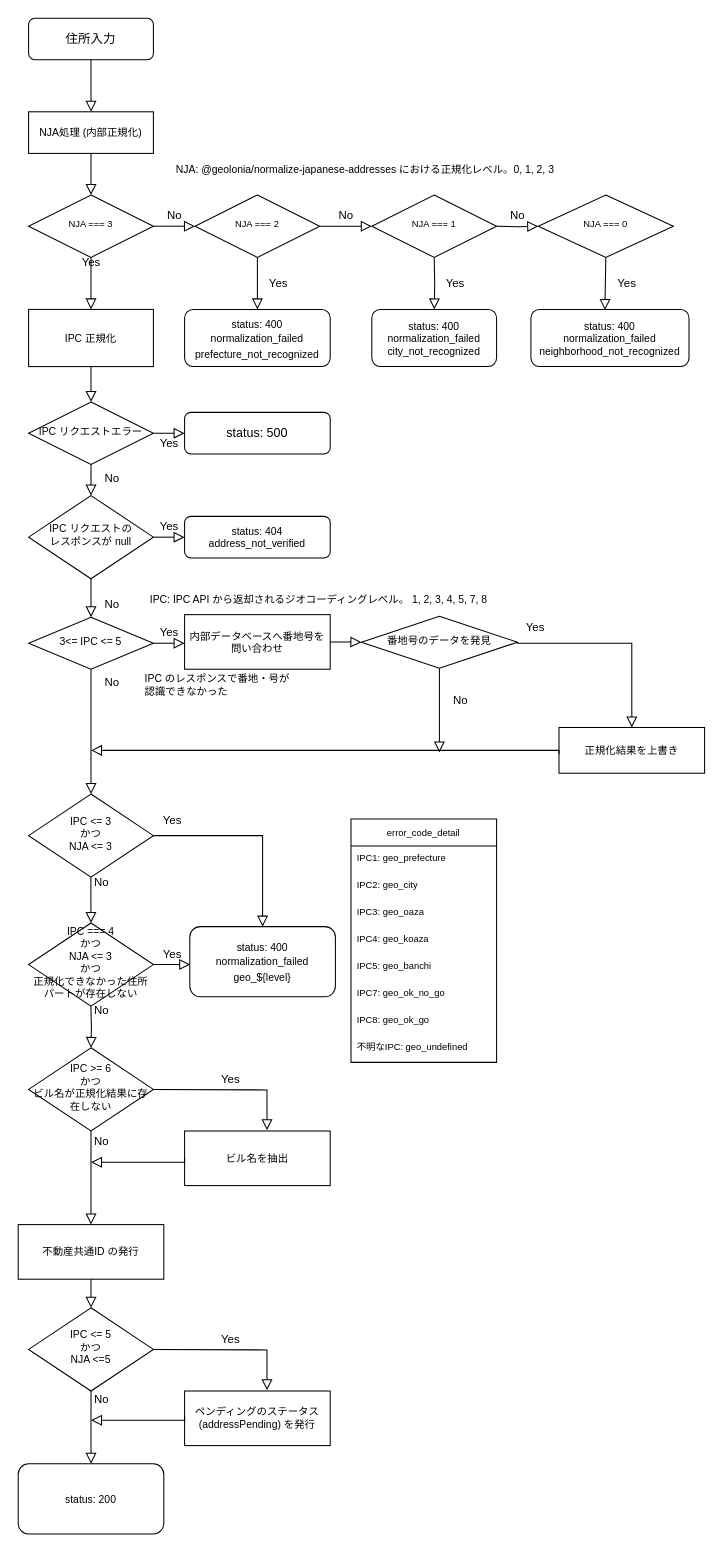
The draw.io diagram docs/id-issuance-flow.drawio in geolonia/prop-id-api, before the edit. Source tidied: cells renumbered, new cells numbered last; positions are measured from the earlier drawing's top-left corner, leaving out a move shared by most shapes. Both pictures are drawn from the tidied source at 104%, with x=0, y=0 at pixel (18, 18).
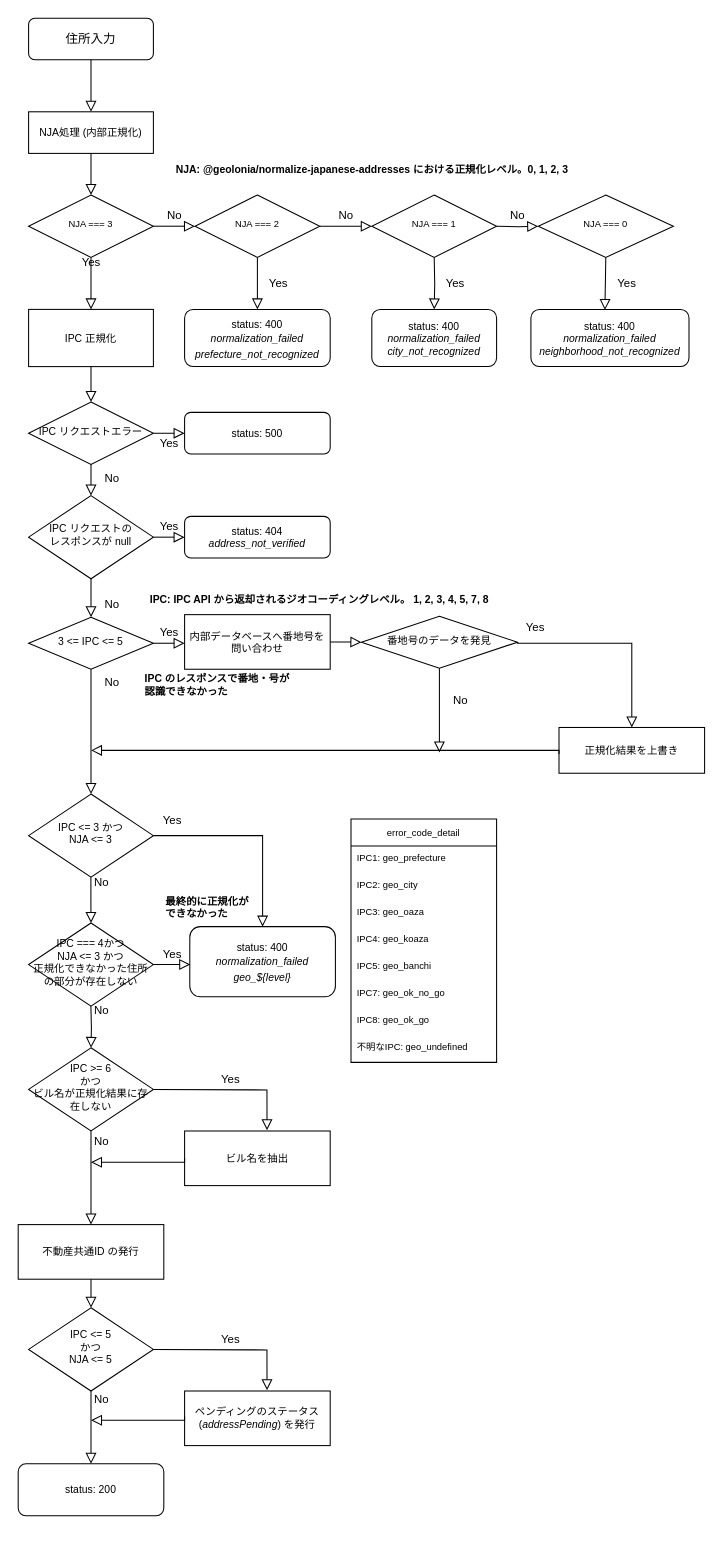
The same page after the edit.

The edit, as a diff of the source:
```diff
@@
-    <mxCell id="6" value="&lt;font&gt;&lt;font size=&quot;1&quot;&gt;status: 400&lt;/font&gt;&lt;br style=&quot;font-size: 9px&quot;&gt;&lt;font size=&quot;1&quot;&gt;normalization_failed&lt;/font&gt;&lt;br&gt;&lt;font size=&quot;1&quot;&gt;prefecture_not_recognized&lt;/font&gt;&lt;br&gt;&lt;/font&gt;" style="rounded=1;whiteSpace=wrap;html=1;fontSize=12;glass=0;strokeWidth=1;shadow=0;" parent="1" vertex="1">
+    <mxCell id="6" value="&lt;font&gt;&lt;font size=&quot;1&quot;&gt;status: 400&lt;/font&gt;&lt;br style=&quot;font-size: 9px&quot;&gt;&lt;i&gt;&lt;font size=&quot;1&quot;&gt;normalization_failed&lt;/font&gt;&lt;br&gt;&lt;font size=&quot;1&quot;&gt;prefecture_not_recognized&lt;/font&gt;&lt;/i&gt;&lt;br&gt;&lt;/font&gt;" style="rounded=1;whiteSpace=wrap;html=1;fontSize=12;glass=0;strokeWidth=1;shadow=0;" parent="1" vertex="1">
       <mxGeometry x="160" y="280" width="140" height="55" as="geometry" />
     </mxCell>
@@
-    <mxCell id="10" value="status: 500" style="rounded=1;whiteSpace=wrap;html=1;fontSize=12;glass=0;strokeWidth=1;shadow=0;" parent="1" vertex="1">
+    <mxCell id="10" value="status: 500" style="rounded=1;whiteSpace=wrap;html=1;fontSize=10;glass=0;strokeWidth=1;shadow=0;" parent="1" vertex="1">
       <mxGeometry x="160" y="379" width="140" height="40" as="geometry" />
     </mxCell>
@@
-    <mxCell id="22" value="&lt;div style=&quot;font-size: 10px&quot;&gt;status: 400&lt;/div&gt;&lt;div style=&quot;font-size: 10px&quot;&gt;normalization_failed&lt;/div&gt;&lt;div&gt;city_not_recognized&lt;br&gt;&lt;/div&gt;" style="rounded=1;whiteSpace=wrap;html=1;fontSize=10;glass=0;strokeWidth=1;shadow=0;" parent="1" vertex="1">
+    <mxCell id="22" value="&lt;div style=&quot;font-size: 10px&quot;&gt;status: 400&lt;/div&gt;&lt;div style=&quot;font-size: 10px&quot;&gt;&lt;i&gt;normalization_failed&lt;/i&gt;&lt;/div&gt;&lt;div&gt;&lt;i&gt;city_not_recognized&lt;/i&gt;&lt;br&gt;&lt;/div&gt;" style="rounded=1;whiteSpace=wrap;html=1;fontSize=10;glass=0;strokeWidth=1;shadow=0;" parent="1" vertex="1">
       <mxGeometry x="340" y="280" width="120" height="55" as="geometry" />
     </mxCell>
@@
-    <mxCell id="24" value="&lt;div style=&quot;font-size: 10px&quot;&gt;status: 400&lt;/div&gt;&lt;div style=&quot;font-size: 10px&quot;&gt;normalization_failed&lt;/div&gt;&lt;div&gt;neighborhood_not_recognized&lt;br&gt;&lt;/div&gt;" style="rounded=1;whiteSpace=wrap;html=1;fontSize=10;glass=0;strokeWidth=1;shadow=0;" parent="1" vertex="1">
+    <mxCell id="24" value="&lt;div style=&quot;font-size: 10px&quot;&gt;status: 400&lt;/div&gt;&lt;div style=&quot;font-size: 10px&quot;&gt;&lt;i&gt;normalization_failed&lt;/i&gt;&lt;/div&gt;&lt;div&gt;&lt;i&gt;neighborhood_not_recognized&lt;/i&gt;&lt;br&gt;&lt;/div&gt;" style="rounded=1;whiteSpace=wrap;html=1;fontSize=10;glass=0;strokeWidth=1;shadow=0;" parent="1" vertex="1">
       <mxGeometry x="493" y="280" width="152" height="55" as="geometry" />
     </mxCell>
@@
-    <mxCell id="28" value="status: 404&lt;br style=&quot;font-size: 10px;&quot;&gt;address_not_verified" style="rounded=1;whiteSpace=wrap;html=1;fontSize=10;glass=0;strokeWidth=1;shadow=0;" parent="1" vertex="1">
+    <mxCell id="28" value="status: 404&lt;br style=&quot;font-size: 10px&quot;&gt;&lt;i&gt;address_not_verified&lt;/i&gt;" style="rounded=1;whiteSpace=wrap;html=1;fontSize=10;glass=0;strokeWidth=1;shadow=0;" parent="1" vertex="1">
       <mxGeometry x="160" y="479" width="140" height="40" as="geometry" />
     </mxCell>
-    <mxCell id="29" value="3&amp;lt;= IPC &amp;lt;= 5" style="rhombus;whiteSpace=wrap;html=1;shadow=0;fontFamily=Helvetica;fontSize=10;align=center;strokeWidth=1;spacing=6;spacingTop=-4;" parent="1" vertex="1">
+    <mxCell id="29" value="3 &amp;lt;= IPC &amp;lt;= 5" style="rhombus;whiteSpace=wrap;html=1;shadow=0;fontFamily=Helvetica;fontSize=10;align=center;strokeWidth=1;spacing=6;spacingTop=-4;" parent="1" vertex="1">
       <mxGeometry x="10" y="576" width="120" height="50" as="geometry" />
     </mxCell>
@@
-    <mxCell id="33" value="IPC のレスポンスで番地・号が認識できなかった" style="text;html=1;strokeColor=none;fillColor=none;align=left;verticalAlign=middle;whiteSpace=wrap;rounded=0;fontSize=10;" parent="1" vertex="1">
+    <mxCell id="33" value="IPC のレスポンスで番地・号が認識できなかった" style="text;html=1;strokeColor=none;fillColor=none;align=left;verticalAlign=middle;whiteSpace=wrap;rounded=0;fontSize=10;fontStyle=1;" parent="1" vertex="1">
       <mxGeometry x="120" y="626" width="150" height="30" as="geometry" />
     </mxCell>
@@
-    <mxCell id="39" value="IPC &amp;lt;= 3&lt;br&gt;かつ&lt;br&gt;NJA &amp;lt;= 3" style="rhombus;whiteSpace=wrap;html=1;shadow=0;fontFamily=Helvetica;fontSize=10;align=center;strokeWidth=1;spacing=6;spacingTop=-4;" parent="1" vertex="1">
+    <mxCell id="39" value="IPC &amp;lt;= 3 かつ&lt;br&gt;NJA &amp;lt;= 3" style="rhombus;whiteSpace=wrap;html=1;shadow=0;fontFamily=Helvetica;fontSize=10;align=center;strokeWidth=1;spacing=6;spacingTop=-4;" parent="1" vertex="1">
       <mxGeometry x="10" y="746" width="120" height="80" as="geometry" />
     </mxCell>
@@
-    <mxCell id="43" value="IPC === 4&lt;br&gt;かつ&lt;br&gt;NJA &amp;lt;= 3&lt;br&gt;かつ&lt;br&gt;正規化できなかった住所パートが存在しない" style="rhombus;whiteSpace=wrap;html=1;shadow=0;fontFamily=Helvetica;fontSize=10;align=center;strokeWidth=1;spacing=6;spacingTop=-4;" parent="1" vertex="1">
+    <mxCell id="43" value="IPC === 4かつ&lt;br&gt;NJA &amp;lt;= 3 かつ&lt;br&gt;正規化できなかった住所の部分が存在しない" style="rhombus;whiteSpace=wrap;html=1;shadow=0;fontFamily=Helvetica;fontSize=10;align=center;strokeWidth=1;spacing=6;spacingTop=-4;" parent="1" vertex="1">
       <mxGeometry x="10" y="870" width="120" height="80" as="geometry" />
     </mxCell>
-    <mxCell id="44" value="&lt;font&gt;&lt;font size=&quot;1&quot;&gt;status: 400&lt;/font&gt;&lt;br style=&quot;font-size: 9px&quot;&gt;&lt;font size=&quot;1&quot;&gt;normalization_failed&lt;/font&gt;&lt;br&gt;&lt;font size=&quot;1&quot;&gt;geo_${level}&lt;/font&gt;&lt;br&gt;&lt;/font&gt;" style="rounded=1;whiteSpace=wrap;html=1;fontSize=12;glass=0;strokeWidth=1;shadow=0;" parent="1" vertex="1">
+    <mxCell id="44" value="&lt;font&gt;&lt;font size=&quot;1&quot;&gt;status: 400&lt;/font&gt;&lt;br style=&quot;font-size: 9px&quot;&gt;&lt;i&gt;&lt;font size=&quot;1&quot;&gt;normalization_failed&lt;/font&gt;&lt;br&gt;&lt;font size=&quot;1&quot;&gt;geo_${level}&lt;/font&gt;&lt;/i&gt;&lt;br&gt;&lt;/font&gt;" style="rounded=1;whiteSpace=wrap;html=1;fontSize=12;glass=0;strokeWidth=1;shadow=0;" parent="1" vertex="1">
       <mxGeometry x="165" y="873.5" width="140" height="67.5" as="geometry" />
     </mxCell>
@@
-    <mxCell id="47" value="NJA: @geolonia/normalize-japanese-addresses における正規化レベル。0, 1, 2, 3" style="text;html=1;strokeColor=none;fillColor=none;align=left;verticalAlign=middle;whiteSpace=wrap;rounded=0;fontSize=10;" parent="1" vertex="1">
+    <mxCell id="47" value="NJA: @geolonia/normalize-japanese-addresses における正規化レベル。0, 1, 2, 3" style="text;html=1;strokeColor=none;fillColor=none;align=left;verticalAlign=middle;whiteSpace=wrap;rounded=0;fontSize=10;fontStyle=1;" parent="1" vertex="1">
       <mxGeometry x="150" y="130" width="380" height="30" as="geometry" />
     </mxCell>
-    <mxCell id="48" value="IPC: IPC API から返却されるジオコーディングレベル。 1, 2, 3, 4, 5, 7, 8" style="text;html=1;strokeColor=none;fillColor=none;align=left;verticalAlign=middle;whiteSpace=wrap;rounded=0;fontSize=10;" parent="1" vertex="1">
+    <mxCell id="48" value="IPC: IPC API から返却されるジオコーディングレベル。 1, 2, 3, 4, 5, 7, 8" style="text;html=1;strokeColor=none;fillColor=none;align=left;verticalAlign=middle;whiteSpace=wrap;rounded=0;fontSize=10;fontStyle=1;" parent="1" vertex="1">
       <mxGeometry x="125" y="543.5" width="335" height="30" as="geometry" />
     </mxCell>
@@
-    <mxCell id="65" value="IPC &amp;lt;= 5&lt;br&gt;かつ&lt;br&gt;NJA &amp;lt;=5" style="rhombus;whiteSpace=wrap;html=1;shadow=0;fontFamily=Helvetica;fontSize=10;align=center;strokeWidth=1;spacing=6;spacingTop=-4;" parent="1" vertex="1">
+    <mxCell id="65" value="IPC &amp;lt;= 5&lt;br&gt;かつ&lt;br&gt;NJA &amp;lt;= 5" style="rhombus;whiteSpace=wrap;html=1;shadow=0;fontFamily=Helvetica;fontSize=10;align=center;strokeWidth=1;spacing=6;spacingTop=-4;" parent="1" vertex="1">
       <mxGeometry x="10" y="1240" width="120" height="80" as="geometry" />
     </mxCell>
@@
-    <mxCell id="67" value="ペンディングのステータス(addressPending) を発行" style="rounded=0;whiteSpace=wrap;html=1;fontSize=10;" parent="1" vertex="1">
+    <mxCell id="67" value="ペンディングのステータス(&lt;i&gt;addressPending&lt;/i&gt;) を発行" style="rounded=0;whiteSpace=wrap;html=1;fontSize=10;" parent="1" vertex="1">
       <mxGeometry x="160" y="1320" width="140" height="52.5" as="geometry" />
     </mxCell>
@@
     <mxCell id="71" value="&lt;font&gt;&lt;font size=&quot;1&quot;&gt;status: 200&lt;/font&gt;&lt;br&gt;&lt;/font&gt;" style="rounded=1;whiteSpace=wrap;html=1;fontSize=12;glass=0;strokeWidth=1;shadow=0;" parent="1" vertex="1">
-      <mxGeometry y="1390" width="140" height="67.5" as="geometry" />
+      <mxGeometry y="1390" width="140" height="50" as="geometry" />
     </mxCell>
+    <mxCell id="72" value="最終的に正規化が&lt;br&gt;できなかった" style="text;html=1;strokeColor=none;fillColor=none;align=left;verticalAlign=middle;whiteSpace=wrap;rounded=0;fontSize=10;fontStyle=1;" parent="1" vertex="1">
+      <mxGeometry x="140" y="840" width="90" height="30" as="geometry" />
+    </mxCell>
```
